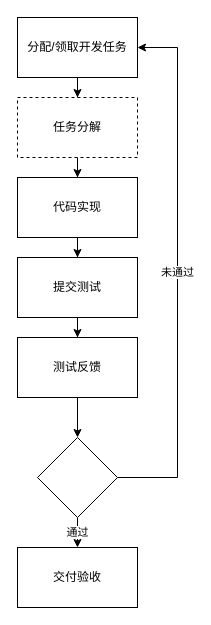
Before: page "开发阶段" (3 of 6) of 开发制度关键流程.drawio in mashifei/uml, a draw.io diagram. Source tidied: cells renumbered, new cells numbered last; positions are measured from the earlier drawing's top-left corner, leaving out a move shared by most shapes. Both pictures are drawn from the tidied source at 100%, with x=0, y=0 at pixel (17, 17).
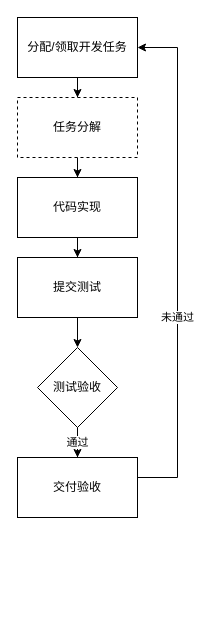
The same diagram, later.

What changed in the source:
```diff
@@
 <mxGraphModel>
   <root>
     <mxCell id="0" />
     <mxCell id="1" parent="0" />
     <mxCell id="2" style="edgeStyle=orthogonalEdgeStyle;rounded=0;jettySize=auto;html=1;entryX=0.5;entryY=0;entryDx=0;entryDy=0;" parent="1" edge="1" source="3" target="5">
       <mxGeometry relative="1" as="geometry" />
     </mxCell>
     <mxCell id="3" value="分配/领取开发任务" style="rounded=0;whiteSpace=wrap;html=1;" parent="1" vertex="1">
       <mxGeometry width="120" height="60" as="geometry" />
     </mxCell>
     <mxCell id="4" style="edgeStyle=orthogonalEdgeStyle;rounded=0;jettySize=auto;html=1;entryX=0.5;entryY=0;entryDx=0;entryDy=0;" parent="1" edge="1" source="5" target="7">
       <mxGeometry relative="1" as="geometry" />
     </mxCell>
     <mxCell id="5" value="任务分解" style="rounded=0;whiteSpace=wrap;html=1;dashed=1;" parent="1" vertex="1">
       <mxGeometry y="80" width="120" height="60" as="geometry" />
     </mxCell>
     <mxCell id="6" style="edgeStyle=orthogonalEdgeStyle;rounded=0;jettySize=auto;html=1;entryX=0.5;entryY=0;entryDx=0;entryDy=0;" parent="1" edge="1" source="7" target="9">
       <mxGeometry relative="1" as="geometry" />
     </mxCell>
     <mxCell id="7" value="代码实现" style="rounded=0;whiteSpace=wrap;html=1;" parent="1" vertex="1">
       <mxGeometry y="160" width="120" height="60" as="geometry" />
     </mxCell>
-    <mxCell id="8" style="edgeStyle=orthogonalEdgeStyle;rounded=0;jettySize=auto;html=1;entryX=0.5;entryY=0;entryDx=0;entryDy=0;" parent="1" edge="1" source="9" target="11">
-      <mxGeometry relative="1" as="geometry" />
-    </mxCell>
     <mxCell id="9" value="提交测试" style="rounded=0;whiteSpace=wrap;html=1;" parent="1" vertex="1">
       <mxGeometry y="240" width="120" height="60" as="geometry" />
     </mxCell>
-    <mxCell id="10" style="edgeStyle=orthogonalEdgeStyle;rounded=0;jettySize=auto;html=1;entryX=0.5;entryY=0;entryDx=0;entryDy=0;" parent="1" edge="1" source="11" target="14">
+    <mxCell id="10" style="edgeStyle=orthogonalEdgeStyle;rounded=0;jettySize=auto;html=1;entryX=0.5;entryY=0;entryDx=0;entryDy=0;exitX=0.5;exitY=1;exitDx=0;exitDy=0;" parent="1" edge="1" source="9" target="14">
       <mxGeometry relative="1" as="geometry" />
     </mxCell>
-    <mxCell id="11" value="测试反馈" style="rounded=0;whiteSpace=wrap;html=1;" parent="1" vertex="1">
-      <mxGeometry y="320" width="120" height="60" as="geometry" />
-    </mxCell>
     <mxCell id="12" value="未通过" style="edgeStyle=orthogonalEdgeStyle;rounded=0;jettySize=auto;html=1;entryX=1;entryY=0.5;entryDx=0;entryDy=0;" parent="1" edge="1" source="14" target="3">
       <mxGeometry relative="1" as="geometry">
         <Array as="points">
           <mxPoint x="160" y="460" />
           <mxPoint x="160" y="30" />
         </Array>
       </mxGeometry>
     </mxCell>
     <mxCell id="13" value="通过" style="edgeStyle=orthogonalEdgeStyle;rounded=0;jettySize=auto;html=1;" parent="1" edge="1" source="14">
       <mxGeometry relative="1" as="geometry">
-        <mxPoint x="60" y="530" as="targetPoint" />
+        <mxPoint x="60" y="440" as="targetPoint" />
       </mxGeometry>
     </mxCell>
-    <mxCell id="14" style="rhombus;whiteSpace=wrap;html=1;" parent="1" vertex="1">
-      <mxGeometry x="20" y="420" width="80" height="80" as="geometry" />
+    <mxCell id="14" value="测试验收" style="rhombus;whiteSpace=wrap;html=1;" parent="1" vertex="1">
+      <mxGeometry x="20" y="330" width="80" height="80" as="geometry" />
     </mxCell>
     <mxCell id="15" value="交付验收" style="rounded=0;whiteSpace=wrap;html=1;" parent="1" vertex="1">
-      <mxGeometry y="530" width="120" height="60" as="geometry" />
+      <mxGeometry y="440" width="120" height="60" as="geometry" />
     </mxCell>
   </root>
 </mxGraphModel>
```
